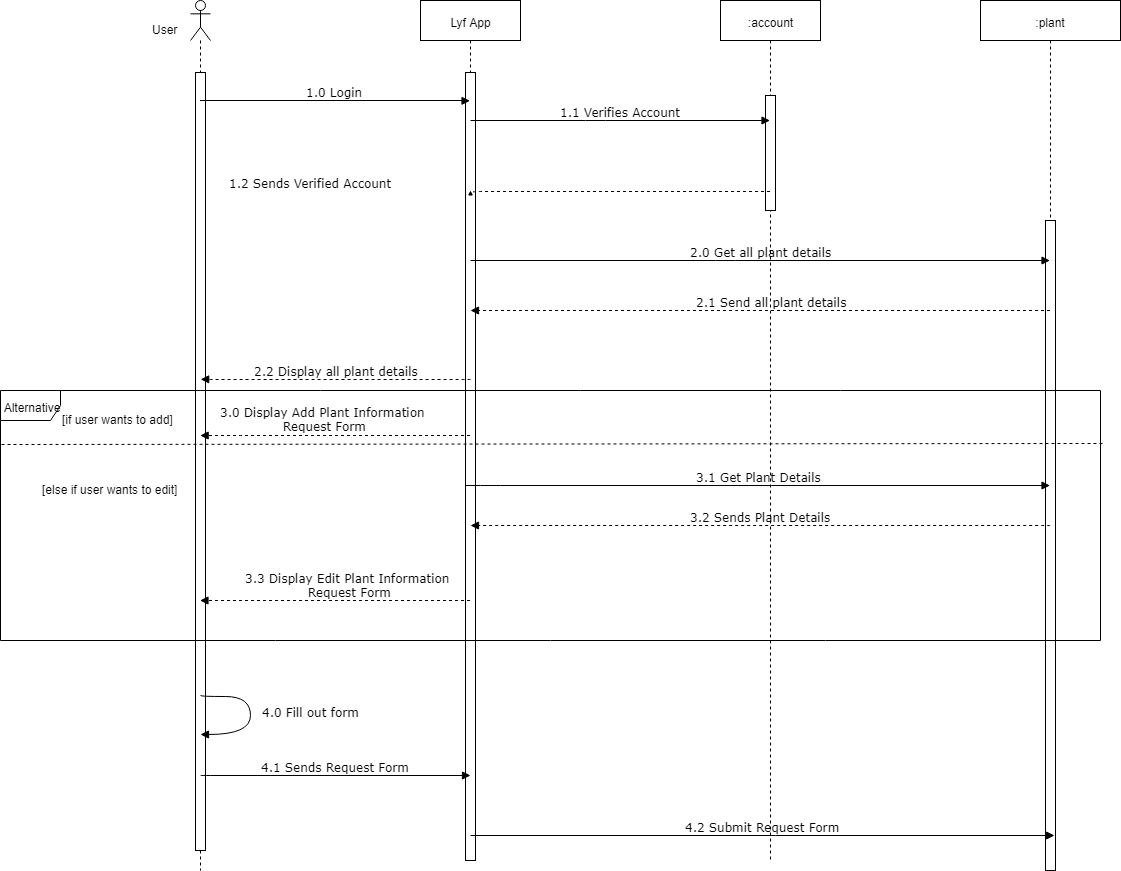
Earlier version of the draw.io export Documentations/Diagrams (Midterms)/7-Sequence Diagram/User_Add_Edit_Information/Sequence Diagram - User Add_Edit Information.png (seans888/project--lyf). Source tidied: cells renumbered, new cells last; positions are measured from the earlier drawing's top-left corner, leaving out a move shared by most shapes. The source it was exported from:
```xml
<mxGraphModel>
  <root>
    <mxCell id="0" />
    <mxCell id="1" parent="0" />
    <mxCell id="2" value="Lyf App" style="shape=umlLifeline;perimeter=lifelinePerimeter;whiteSpace=wrap;html=1;outlineConnect=0;" parent="1" vertex="1">
      <mxGeometry x="420" width="100" height="860" as="geometry" />
    </mxCell>
    <mxCell id="3" style="html=1;perimeter=orthogonalPerimeter;" parent="2" vertex="1">
      <mxGeometry x="45" y="72" width="10" height="788" as="geometry" />
    </mxCell>
    <mxCell id="4" style="shape=umlLifeline;participant=umlActor;perimeter=lifelinePerimeter;whiteSpace=wrap;html=1;verticalAlign=top;spacingTop=36;labelBackgroundColor=#ffffff;outlineConnect=0;" parent="1" vertex="1">
      <mxGeometry x="190" width="20" height="870" as="geometry" />
    </mxCell>
    <mxCell id="5" style="html=1;perimeter=orthogonalPerimeter;" parent="4" vertex="1">
      <mxGeometry x="5" y="72" width="10" height="778" as="geometry" />
    </mxCell>
    <mxCell id="6" value="User" style="text;html=1;align=left;verticalAlign=top;spacingTop=-4;" parent="1" vertex="1">
      <mxGeometry x="150" y="20" width="40" height="10" as="geometry" />
    </mxCell>
    <mxCell id="7" value=":plant" style="shape=umlLifeline;perimeter=lifelinePerimeter;whiteSpace=wrap;html=1;outlineConnect=0;" parent="1" vertex="1">
      <mxGeometry x="980" width="140" height="870" as="geometry" />
    </mxCell>
    <mxCell id="8" style="html=1;perimeter=orthogonalPerimeter;" parent="7" vertex="1">
      <mxGeometry x="65" y="220" width="10" height="650" as="geometry" />
    </mxCell>
    <mxCell id="9" value=":account" style="shape=umlLifeline;perimeter=lifelinePerimeter;whiteSpace=wrap;html=1;outlineConnect=0;" parent="1" vertex="1">
      <mxGeometry x="720" width="100" height="860" as="geometry" />
    </mxCell>
    <mxCell id="10" style="html=1;perimeter=orthogonalPerimeter;" parent="9" vertex="1">
      <mxGeometry x="45" y="95" width="10" height="115" as="geometry" />
    </mxCell>
    <mxCell id="11" value="1.0 Login" style="html=1;verticalAlign=bottom;endArrow=block;labelBackgroundColor=none;fontFamily=Verdana;fontSize=12;edgeStyle=elbowEdgeStyle;elbow=vertical;" parent="1" edge="1" source="4">
      <mxGeometry relative="1" as="geometry">
        <mxPoint x="469.5" y="100.3" as="targetPoint" />
      </mxGeometry>
    </mxCell>
    <mxCell id="12" value="1.1 Verifies Account" style="html=1;verticalAlign=bottom;endArrow=block;labelBackgroundColor=none;fontFamily=Verdana;fontSize=12;edgeStyle=elbowEdgeStyle;elbow=vertical;" parent="1" edge="1" target="9">
      <mxGeometry relative="1" as="geometry">
        <mxPoint x="470" y="120" as="sourcePoint" />
      </mxGeometry>
    </mxCell>
    <mxCell id="13" value="1.2 Sends Verified Account&lt;br&gt;" style="html=1;verticalAlign=bottom;endArrow=block;labelBackgroundColor=none;fontFamily=Verdana;fontSize=12;edgeStyle=elbowEdgeStyle;elbow=vertical;dashed=1;" parent="1" edge="1" source="9">
      <mxGeometry x="1" y="160" relative="1" as="geometry">
        <mxPoint x="470" y="190.5" as="targetPoint" />
      </mxGeometry>
    </mxCell>
    <mxCell id="14" value="3.0 Display Add Plant Information&lt;br&gt;&amp;nbsp;Request Form&lt;br&gt;" style="html=1;verticalAlign=bottom;endArrow=block;labelBackgroundColor=none;fontFamily=Verdana;fontSize=12;edgeStyle=elbowEdgeStyle;elbow=vertical;dashed=1;" parent="1" edge="1">
      <mxGeometry x="0.1" y="-1" relative="1" as="geometry">
        <mxPoint x="469.5" y="435" as="sourcePoint" />
        <mxPoint x="199.7" y="435" as="targetPoint" />
        <Array as="points">
          <mxPoint x="230" y="435" />
          <mxPoint x="210" y="396" />
        </Array>
      </mxGeometry>
    </mxCell>
    <mxCell id="15" value="3.1 Get Plant Details" style="html=1;verticalAlign=bottom;endArrow=block;labelBackgroundColor=none;fontFamily=Verdana;fontSize=12;edgeStyle=elbowEdgeStyle;elbow=vertical;" parent="1" edge="1">
      <mxGeometry relative="1" as="geometry">
        <mxPoint x="465.5" y="485" as="sourcePoint" />
        <mxPoint x="1049.5" y="485" as="targetPoint" />
        <Array as="points">
          <mxPoint x="490" y="485" />
        </Array>
      </mxGeometry>
    </mxCell>
    <mxCell id="16" value="3.3 Display Edit Plant Information &lt;br&gt;Request Form&lt;br&gt;" style="html=1;verticalAlign=bottom;endArrow=block;labelBackgroundColor=none;fontFamily=Verdana;fontSize=12;edgeStyle=elbowEdgeStyle;elbow=vertical;dashed=1;" parent="1" edge="1" source="2" target="4">
      <mxGeometry x="-0.11" relative="1" as="geometry">
        <Array as="points">
          <mxPoint x="390" y="600" />
          <mxPoint x="470" y="590" />
        </Array>
      </mxGeometry>
    </mxCell>
    <mxCell id="17" value="4.0 Fill out form" style="html=1;verticalAlign=bottom;endArrow=block;labelBackgroundColor=none;fontFamily=Verdana;fontSize=12;elbow=vertical;edgeStyle=orthogonalEdgeStyle;curved=1;" parent="1" edge="1">
      <mxGeometry x="0.08" y="60" relative="1" as="geometry">
        <mxPoint x="200.2" y="695" as="sourcePoint" />
        <mxPoint x="200.2" y="734.2" as="targetPoint" />
        <Array as="points">
          <mxPoint x="250" y="695.5" />
          <mxPoint x="250" y="734.5" />
        </Array>
      </mxGeometry>
    </mxCell>
    <mxCell id="18" value="4.1 Sends Request Form" style="html=1;verticalAlign=bottom;endArrow=block;labelBackgroundColor=none;fontFamily=Verdana;fontSize=12;edgeStyle=elbowEdgeStyle;elbow=vertical;" parent="1" edge="1">
      <mxGeometry relative="1" as="geometry">
        <mxPoint x="200.2" y="774.8" as="sourcePoint" />
        <mxPoint x="470" y="775" as="targetPoint" />
      </mxGeometry>
    </mxCell>
    <mxCell id="19" value="4.2 Submit Request Form" style="html=1;verticalAlign=bottom;endArrow=block;labelBackgroundColor=none;fontFamily=Verdana;fontSize=12;edgeStyle=elbowEdgeStyle;elbow=vertical;" parent="1" edge="1">
      <mxGeometry relative="1" as="geometry">
        <mxPoint x="470" y="835" as="sourcePoint" />
        <mxPoint x="1054" y="835" as="targetPoint" />
        <Array as="points">
          <mxPoint x="494.5" y="835" />
        </Array>
      </mxGeometry>
    </mxCell>
    <mxCell id="20" value="[if user wants to add]" style="text;html=1;align=left;verticalAlign=top;spacingTop=-4;" parent="1" vertex="1">
      <mxGeometry x="60" y="410" width="130" height="10" as="geometry" />
    </mxCell>
    <mxCell id="21" value="[else if user wants to edit]" style="text;html=1;align=left;verticalAlign=top;spacingTop=-4;" parent="1" vertex="1">
      <mxGeometry x="40" y="480" width="150" height="10" as="geometry" />
    </mxCell>
    <mxCell id="22" value="3.2 Sends Plant Details&lt;br&gt;" style="html=1;verticalAlign=bottom;endArrow=block;labelBackgroundColor=none;fontFamily=Verdana;fontSize=12;edgeStyle=elbowEdgeStyle;elbow=vertical;dashed=1;" parent="1" edge="1">
      <mxGeometry relative="1" as="geometry">
        <mxPoint x="1049.5" y="525.3" as="sourcePoint" />
        <mxPoint x="470" y="525" as="targetPoint" />
      </mxGeometry>
    </mxCell>
    <mxCell id="23" value="2.0 Get all plant details" style="html=1;verticalAlign=bottom;endArrow=block;labelBackgroundColor=none;fontFamily=Verdana;fontSize=12;edgeStyle=elbowEdgeStyle;elbow=vertical;" parent="1" edge="1" target="7">
      <mxGeometry relative="1" as="geometry">
        <mxPoint x="470" y="260" as="sourcePoint" />
      </mxGeometry>
    </mxCell>
    <mxCell id="24" value="2.1 Send all plant details&lt;br&gt;" style="html=1;verticalAlign=bottom;endArrow=block;labelBackgroundColor=none;fontFamily=Verdana;fontSize=12;edgeStyle=elbowEdgeStyle;elbow=vertical;dashed=1;" parent="1" edge="1" source="7">
      <mxGeometry x="0.12" y="-45" relative="1" as="geometry">
        <mxPoint x="470" y="310" as="targetPoint" />
        <mxPoint x="45" y="45" as="offset" />
      </mxGeometry>
    </mxCell>
    <mxCell id="25" value="2.2 Display all plant details" style="html=1;verticalAlign=bottom;endArrow=block;labelBackgroundColor=none;fontFamily=Verdana;fontSize=12;edgeStyle=elbowEdgeStyle;elbow=vertical;dashed=1;" parent="1" edge="1">
      <mxGeometry relative="1" as="geometry">
        <mxPoint x="470" y="378.8" as="sourcePoint" />
        <mxPoint x="200.2" y="378.8" as="targetPoint" />
      </mxGeometry>
    </mxCell>
    <mxCell id="26" value="Alternative" style="shape=umlFrame;whiteSpace=wrap;html=1;" parent="1" vertex="1">
      <mxGeometry y="390" width="1100" height="250" as="geometry" />
    </mxCell>
    <mxCell id="27" style="endArrow=none;dashed=1;html=1;exitX=1.002;exitY=0.213;exitDx=0;exitDy=0;exitPerimeter=0;" parent="1" edge="1" source="26">
      <mxGeometry relative="1" as="geometry">
        <mxPoint y="444" as="targetPoint" />
      </mxGeometry>
    </mxCell>
  </root>
</mxGraphModel>
```
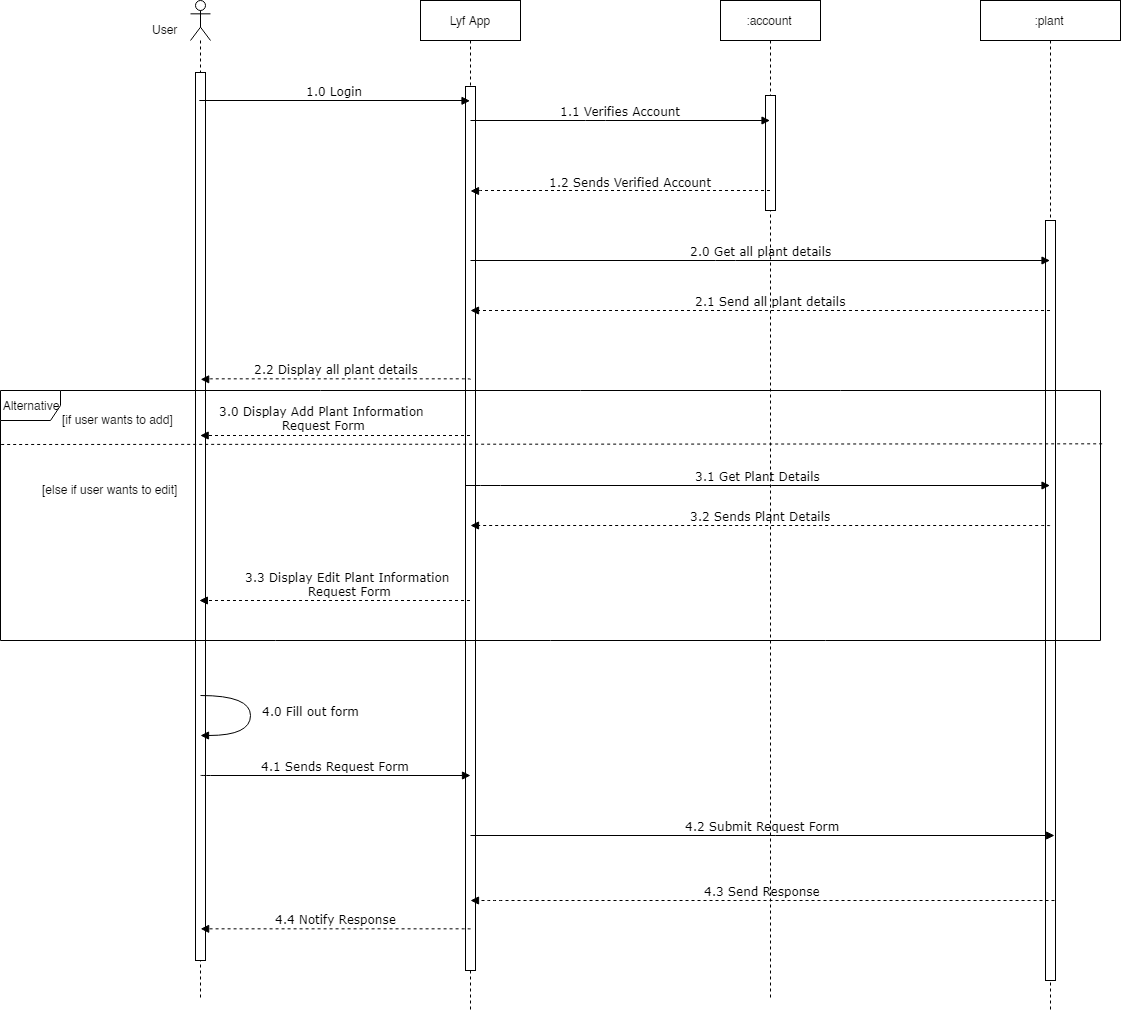
After the change.

What changed in the source:
```diff
@@ -3,28 +3,28 @@
     <mxCell id="0" />
     <mxCell id="1" parent="0" />
     <mxCell id="2" value="Lyf App" style="shape=umlLifeline;perimeter=lifelinePerimeter;whiteSpace=wrap;html=1;outlineConnect=0;" parent="1" vertex="1">
-      <mxGeometry x="420" width="100" height="860" as="geometry" />
+      <mxGeometry x="420" width="100" height="1010" as="geometry" />
     </mxCell>
     <mxCell id="3" style="html=1;perimeter=orthogonalPerimeter;" parent="2" vertex="1">
-      <mxGeometry x="45" y="72" width="10" height="788" as="geometry" />
+      <mxGeometry x="45" y="86" width="10" height="884" as="geometry" />
     </mxCell>
     <mxCell id="4" style="shape=umlLifeline;participant=umlActor;perimeter=lifelinePerimeter;whiteSpace=wrap;html=1;verticalAlign=top;spacingTop=36;labelBackgroundColor=#ffffff;outlineConnect=0;" parent="1" vertex="1">
-      <mxGeometry x="190" width="20" height="870" as="geometry" />
+      <mxGeometry x="190" width="20" height="1000" as="geometry" />
     </mxCell>
     <mxCell id="5" style="html=1;perimeter=orthogonalPerimeter;" parent="4" vertex="1">
-      <mxGeometry x="5" y="72" width="10" height="778" as="geometry" />
+      <mxGeometry x="5" y="72" width="10" height="888" as="geometry" />
     </mxCell>
     <mxCell id="6" value="User" style="text;html=1;align=left;verticalAlign=top;spacingTop=-4;" parent="1" vertex="1">
       <mxGeometry x="150" y="20" width="40" height="10" as="geometry" />
     </mxCell>
     <mxCell id="7" value=":plant" style="shape=umlLifeline;perimeter=lifelinePerimeter;whiteSpace=wrap;html=1;outlineConnect=0;" parent="1" vertex="1">
-      <mxGeometry x="980" width="140" height="870" as="geometry" />
+      <mxGeometry x="980" width="140" height="1010" as="geometry" />
     </mxCell>
     <mxCell id="8" style="html=1;perimeter=orthogonalPerimeter;" parent="7" vertex="1">
-      <mxGeometry x="65" y="220" width="10" height="650" as="geometry" />
+      <mxGeometry x="65" y="220" width="10" height="760" as="geometry" />
     </mxCell>
     <mxCell id="9" value=":account" style="shape=umlLifeline;perimeter=lifelinePerimeter;whiteSpace=wrap;html=1;outlineConnect=0;" parent="1" vertex="1">
-      <mxGeometry x="720" width="100" height="860" as="geometry" />
+      <mxGeometry x="720" width="100" height="1000" as="geometry" />
     </mxCell>
     <mxCell id="10" style="html=1;perimeter=orthogonalPerimeter;" parent="9" vertex="1">
       <mxGeometry x="45" y="95" width="10" height="115" as="geometry" />
@@ -133,5 +133,20 @@
         <mxPoint y="444" as="targetPoint" />
       </mxGeometry>
     </mxCell>
+    <mxCell id="28" value="4.3 Send Response" style="html=1;verticalAlign=bottom;endArrow=block;labelBackgroundColor=none;fontFamily=Verdana;fontSize=12;edgeStyle=elbowEdgeStyle;elbow=vertical;dashed=1;" parent="1" edge="1">
+      <mxGeometry relative="1" as="geometry">
+        <mxPoint x="1054" y="900" as="sourcePoint" />
+        <mxPoint x="470" y="900" as="targetPoint" />
+        <Array as="points">
+          <mxPoint x="494.5" y="900" />
+        </Array>
+      </mxGeometry>
+    </mxCell>
+    <mxCell id="29" value="4.4 Notify Response" style="html=1;verticalAlign=bottom;endArrow=block;labelBackgroundColor=none;fontFamily=Verdana;fontSize=12;edgeStyle=elbowEdgeStyle;elbow=vertical;dashed=1;" parent="1" edge="1">
+      <mxGeometry relative="1" as="geometry">
+        <mxPoint x="470" y="928.5" as="sourcePoint" />
+        <mxPoint x="200.2" y="928.3" as="targetPoint" />
+      </mxGeometry>
+    </mxCell>
   </root>
 </mxGraphModel>
```
